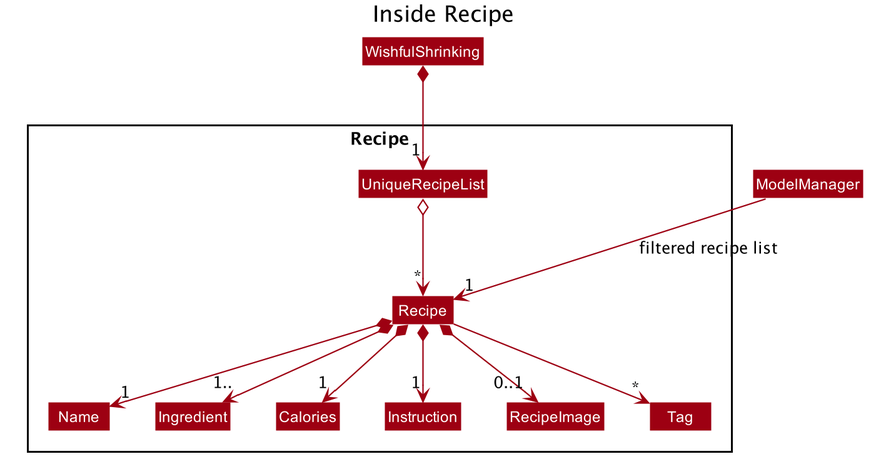
nus-cs2103-AY2021S1/tp keeps this PlantUML diagram as docs/images/ModelClass_Recipe.png. Above is the earlier version.
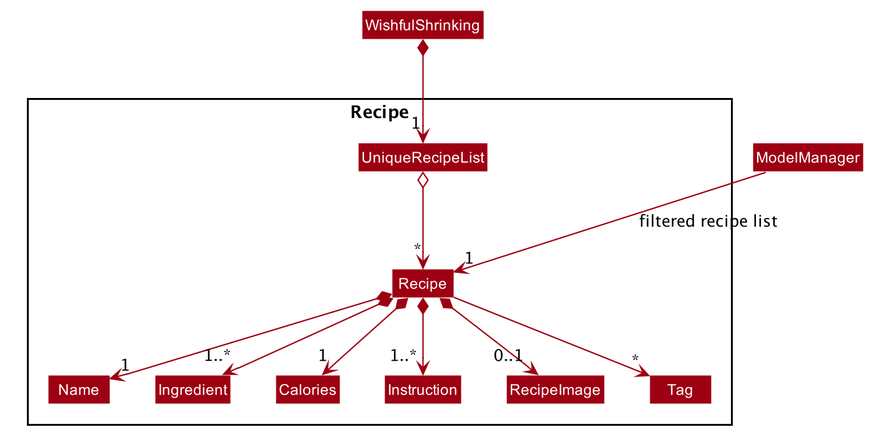
Above is the later version.

The edit, as a diff of the source:
```diff
@@ -51,8 +51,6 @@
 skinparam arrowColor #9D0012
 skinparam classBackgroundColor #9D0012
 
-title Inside Recipe
-
 Class WishfulShrinking
 Class ModelManager
 
@@ -71,9 +69,9 @@
 WishfulShrinking *--> "1" UniqueRecipeList
 UniqueRecipeList o--> "*" Recipe
 Recipe *--> "1" Name
-Recipe *--> "1.." Ingredient
+Recipe *--> "1..*" Ingredient
 Recipe *--> "1" Calories
-Recipe *--> "1" Instruction
+Recipe *--> "1..*" Instruction
 Recipe *--> "0..1" RecipeImage
 Recipe --> "*" Tag
 
```
